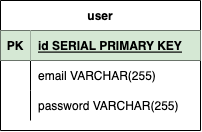
Above: ERD.drawio.png in clairxc/project-2-app (draw.io), before the change. Source tidied: cells renumbered, new cells last; positions are measured from the earlier drawing's top-left corner, leaving out a move shared by most shapes.
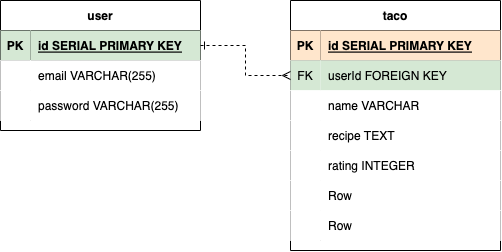
The same diagram one commit later.

What changed in the source:
```diff
@@ -14,23 +14,92 @@
     <mxCell id="5" value="id SERIAL PRIMARY KEY" style="shape=partialRectangle;fillColor=#d5e8d4;top=0;left=0;bottom=0;right=0;align=left;spacingLeft=6;fontStyle=5;overflow=hidden;strokeColor=#82b366;" parent="3" vertex="1">
       <mxGeometry x="30" width="170" height="30" as="geometry" />
     </mxCell>
-    <mxCell id="6" style="shape=tableRow;horizontal=0;startSize=0;swimlaneHead=0;swimlaneBody=0;fillColor=none;top=0;left=0;right=0;bottom=0;" parent="2" vertex="1">
+    <mxCell id="6" style="shape=tableRow;horizontal=0;startSize=0;swimlaneHead=0;swimlaneBody=0;top=0;left=0;right=0;bottom=0;" parent="2" vertex="1">
       <mxGeometry y="60" width="200" height="30" as="geometry" />
     </mxCell>
-    <mxCell id="7" style="shape=partialRectangle;fillColor=none;top=0;left=0;bottom=0;right=0;overflow=hidden;" parent="6" vertex="1">
+    <mxCell id="7" style="shape=partialRectangle;top=0;left=0;bottom=0;right=0;overflow=hidden;" parent="6" vertex="1">
       <mxGeometry width="30" height="30" as="geometry" />
     </mxCell>
-    <mxCell id="8" value="email VARCHAR(255)" style="shape=partialRectangle;fillColor=none;top=0;left=0;bottom=0;right=0;align=left;spacingLeft=6;overflow=hidden;" parent="6" vertex="1">
+    <mxCell id="8" value="email VARCHAR(255)" style="shape=partialRectangle;top=0;left=0;bottom=0;right=0;align=left;spacingLeft=6;overflow=hidden;" parent="6" vertex="1">
       <mxGeometry x="30" width="170" height="30" as="geometry" />
     </mxCell>
-    <mxCell id="9" style="shape=tableRow;horizontal=0;startSize=0;swimlaneHead=0;swimlaneBody=0;fillColor=none;top=0;left=0;right=0;bottom=0;" parent="2" vertex="1">
+    <mxCell id="9" style="shape=tableRow;horizontal=0;startSize=0;swimlaneHead=0;swimlaneBody=0;top=0;left=0;right=0;bottom=0;" parent="2" vertex="1">
       <mxGeometry y="90" width="200" height="30" as="geometry" />
     </mxCell>
-    <mxCell id="10" style="shape=partialRectangle;fillColor=none;top=0;left=0;bottom=0;right=0;overflow=hidden;" parent="9" vertex="1">
+    <mxCell id="10" style="shape=partialRectangle;top=0;left=0;bottom=0;right=0;overflow=hidden;" parent="9" vertex="1">
       <mxGeometry width="30" height="30" as="geometry" />
     </mxCell>
-    <mxCell id="11" value="password VARCHAR(255)" style="shape=partialRectangle;fillColor=none;top=0;left=0;bottom=0;right=0;align=left;spacingLeft=6;overflow=hidden;" parent="9" vertex="1">
+    <mxCell id="11" value="password VARCHAR(255)" style="shape=partialRectangle;top=0;left=0;bottom=0;right=0;align=left;spacingLeft=6;overflow=hidden;" parent="9" vertex="1">
       <mxGeometry x="30" width="170" height="30" as="geometry" />
     </mxCell>
+    <mxCell id="12" value="taco" style="shape=table;startSize=30;rowLines=0;fontStyle=1;align=center;" parent="1" vertex="1">
+      <mxGeometry x="290" width="210" height="250" as="geometry" />
+    </mxCell>
+    <mxCell id="13" style="shape=tableRow;horizontal=0;startSize=0;swimlaneHead=0;swimlaneBody=0;fillColor=none;top=0;left=0;right=0;bottom=1;" parent="12" vertex="1">
+      <mxGeometry y="30" width="210" height="30" as="geometry" />
+    </mxCell>
+    <mxCell id="14" value="PK" style="shape=partialRectangle;fillColor=#ffe6cc;top=0;left=0;bottom=0;right=0;fontStyle=1;overflow=hidden;strokeColor=#d79b00;" parent="13" vertex="1">
+      <mxGeometry width="30" height="30" as="geometry" />
+    </mxCell>
+    <mxCell id="15" value="id SERIAL PRIMARY KEY" style="shape=partialRectangle;fillColor=#ffe6cc;top=0;left=0;bottom=0;right=0;align=left;spacingLeft=6;fontStyle=5;overflow=hidden;strokeColor=#d79b00;" parent="13" vertex="1">
+      <mxGeometry x="30" width="180" height="30" as="geometry" />
+    </mxCell>
+    <mxCell id="16" style="shape=tableRow;horizontal=0;startSize=0;swimlaneHead=0;swimlaneBody=0;points=[[0,0.5],[1,0.5]];portConstraint=eastwest;top=0;left=0;right=0;bottom=0;" parent="12" vertex="1">
+      <mxGeometry y="60" width="210" height="30" as="geometry" />
+    </mxCell>
+    <mxCell id="17" value="FK" style="shape=partialRectangle;top=0;left=0;bottom=0;right=0;fontStyle=0;overflow=hidden;fillColor=#d5e8d4;strokeColor=#82b366;" parent="16" vertex="1">
+      <mxGeometry width="30" height="30" as="geometry" />
+    </mxCell>
+    <mxCell id="18" value="userId FOREIGN KEY" style="shape=partialRectangle;top=0;left=0;bottom=0;right=0;align=left;spacingLeft=6;fontStyle=0;overflow=hidden;fillColor=#d5e8d4;strokeColor=#82b366;" parent="16" vertex="1">
+      <mxGeometry x="30" width="180" height="30" as="geometry" />
+    </mxCell>
+    <mxCell id="19" style="shape=tableRow;horizontal=0;startSize=0;swimlaneHead=0;swimlaneBody=0;top=0;left=0;right=0;bottom=0;" parent="12" vertex="1">
+      <mxGeometry y="90" width="210" height="30" as="geometry" />
+    </mxCell>
+    <mxCell id="20" style="shape=partialRectangle;top=0;left=0;bottom=0;right=0;overflow=hidden;" parent="19" vertex="1">
+      <mxGeometry width="30" height="30" as="geometry" />
+    </mxCell>
+    <mxCell id="21" value="name VARCHAR" style="shape=partialRectangle;top=0;left=0;bottom=0;right=0;align=left;spacingLeft=6;overflow=hidden;" parent="19" vertex="1">
+      <mxGeometry x="30" width="180" height="30" as="geometry" />
+    </mxCell>
+    <mxCell id="22" style="shape=tableRow;horizontal=0;startSize=0;swimlaneHead=0;swimlaneBody=0;top=0;left=0;right=0;bottom=0;" parent="12" vertex="1">
+      <mxGeometry y="120" width="210" height="30" as="geometry" />
+    </mxCell>
+    <mxCell id="23" style="shape=partialRectangle;top=0;left=0;bottom=0;right=0;overflow=hidden;" parent="22" vertex="1">
+      <mxGeometry width="30" height="30" as="geometry" />
+    </mxCell>
+    <mxCell id="24" value="recipe TEXT" style="shape=partialRectangle;top=0;left=0;bottom=0;right=0;align=left;spacingLeft=6;overflow=hidden;" parent="22" vertex="1">
+      <mxGeometry x="30" width="180" height="30" as="geometry" />
+    </mxCell>
+    <mxCell id="25" style="shape=tableRow;horizontal=0;startSize=0;swimlaneHead=0;swimlaneBody=0;top=0;left=0;right=0;bottom=0;" parent="12" vertex="1">
+      <mxGeometry y="150" width="210" height="30" as="geometry" />
+    </mxCell>
+    <mxCell id="26" style="shape=partialRectangle;top=0;left=0;bottom=0;right=0;overflow=hidden;" parent="25" vertex="1">
+      <mxGeometry width="30" height="30" as="geometry" />
+    </mxCell>
+    <mxCell id="27" value="rating INTEGER" style="shape=partialRectangle;top=0;left=0;bottom=0;right=0;align=left;spacingLeft=6;overflow=hidden;" parent="25" vertex="1">
+      <mxGeometry x="30" width="180" height="30" as="geometry" />
+    </mxCell>
+    <mxCell id="28" style="shape=tableRow;horizontal=0;startSize=0;swimlaneHead=0;swimlaneBody=0;top=0;left=0;right=0;bottom=0;" parent="12" vertex="1">
+      <mxGeometry y="180" width="210" height="30" as="geometry" />
+    </mxCell>
+    <mxCell id="29" style="shape=partialRectangle;top=0;left=0;bottom=0;right=0;overflow=hidden;" parent="28" vertex="1">
+      <mxGeometry width="30" height="30" as="geometry" />
+    </mxCell>
+    <mxCell id="30" value="Row" style="shape=partialRectangle;top=0;left=0;bottom=0;right=0;align=left;spacingLeft=6;overflow=hidden;" parent="28" vertex="1">
+      <mxGeometry x="30" width="180" height="30" as="geometry" />
+    </mxCell>
+    <mxCell id="31" style="shape=tableRow;horizontal=0;startSize=0;swimlaneHead=0;swimlaneBody=0;top=0;left=0;right=0;bottom=0;" parent="12" vertex="1">
+      <mxGeometry y="210" width="210" height="30" as="geometry" />
+    </mxCell>
+    <mxCell id="32" style="shape=partialRectangle;top=0;left=0;bottom=0;right=0;overflow=hidden;" parent="31" vertex="1">
+      <mxGeometry width="30" height="30" as="geometry" />
+    </mxCell>
+    <mxCell id="33" value="Row" style="shape=partialRectangle;top=0;left=0;bottom=0;right=0;align=left;spacingLeft=6;overflow=hidden;" parent="31" vertex="1">
+      <mxGeometry x="30" width="180" height="30" as="geometry" />
+    </mxCell>
+    <mxCell id="34" style="edgeStyle=orthogonalEdgeStyle;rounded=0;jettySize=auto;html=1;exitX=1;exitY=0.5;exitDx=0;exitDy=0;entryX=0;entryY=0.5;entryDx=0;entryDy=0;endArrow=ERmany;endFill=0;startArrow=ERone;startFill=0;dashed=1;strokeWidth=1;" parent="1" edge="1" source="3" target="16">
+      <mxGeometry relative="1" as="geometry" />
+    </mxCell>
   </root>
 </mxGraphModel>
```
